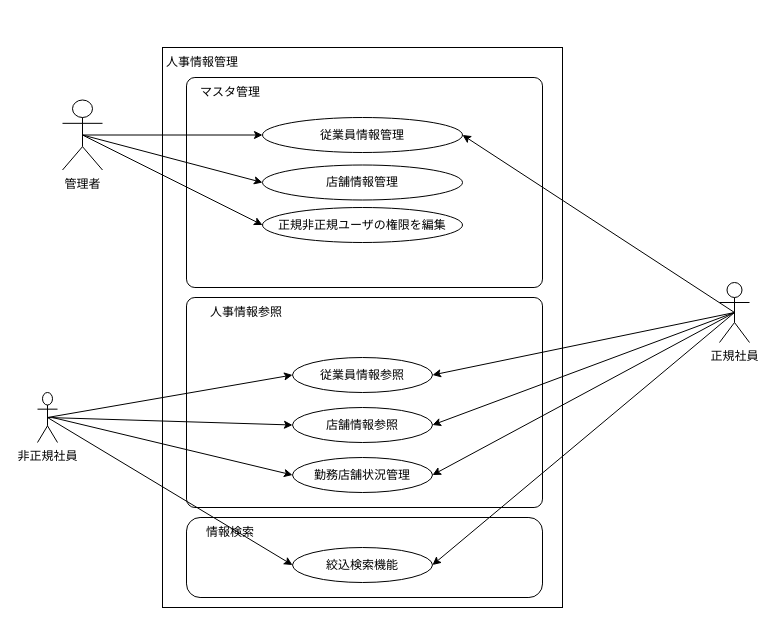
The draw.io diagram page "人事管理_ユースケース図" (1 of 2) of ユースケース図.drawio in HaruShim/Sotuken, before the edit. Source tidied: cells renumbered, new cells numbered last; positions are measured from the earlier drawing's top-left corner, leaving out a move shared by most shapes. Both pictures are drawn from the tidied source at 100%, with x=0, y=0 at pixel (37, 47).
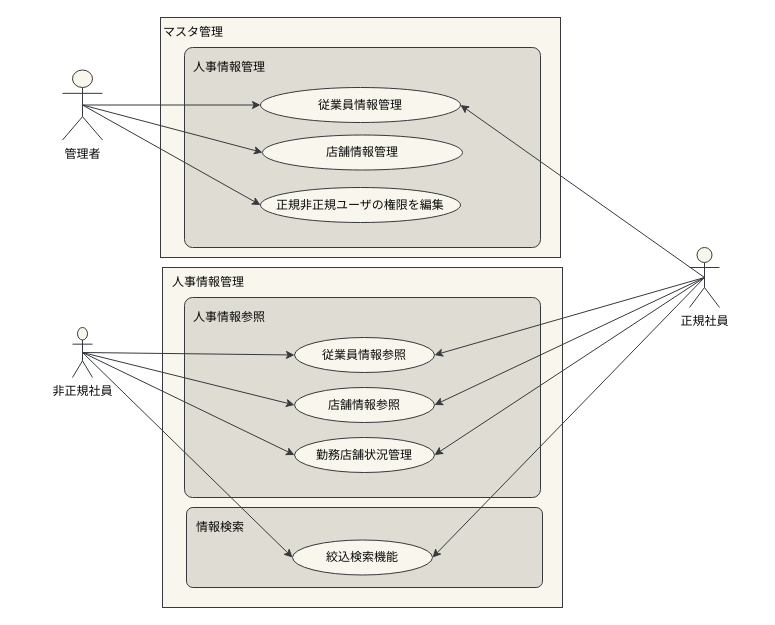
The same page after the edit.

The edit, as a diff of the source:
```diff
@@
-<mxGraphModel>
+<mxGraphModel background="#ffffff">
@@
+    <mxCell id="32" style="rounded=0;whiteSpace=wrap;html=1;strokeColor=#36393d;fillColor=#f9f7ed;fontColor=#080808;" parent="1" vertex="1">
+      <mxGeometry x="123" y="-30" width="400" height="240" as="geometry" />
+    </mxCell>
-    <mxCell id="2" value="正規社員" style="shape=umlActor;verticalLabelPosition=bottom;verticalAlign=top;html=1;outlineConnect=0;" parent="1" vertex="1">
-      <mxGeometry x="682" y="235" width="30" height="60" as="geometry" />
+    <mxCell id="2" value="正規社員" style="shape=umlActor;verticalLabelPosition=bottom;verticalAlign=top;html=1;outlineConnect=0;strokeColor=#36393d;fillColor=#f9f7ed;fontColor=#080808;" parent="1" vertex="1">
+      <mxGeometry x="652" y="200" width="30" height="60" as="geometry" />
     </mxCell>
-    <mxCell id="3" style="rounded=0;whiteSpace=wrap;html=1;" parent="1" vertex="1">
-      <mxGeometry x="125" width="400" height="560" as="geometry" />
+    <mxCell id="3" style="rounded=0;whiteSpace=wrap;html=1;strokeColor=#36393d;fillColor=#f9f7ed;fontColor=#080808;" parent="1" vertex="1">
+      <mxGeometry x="125" y="220" width="400" height="340" as="geometry" />
     </mxCell>
-    <mxCell id="4" style="rounded=1;whiteSpace=wrap;html=1;arcSize=4;" parent="1" vertex="1">
-      <mxGeometry x="149" y="250" width="356" height="210" as="geometry" />
+    <mxCell id="4" style="rounded=1;whiteSpace=wrap;html=1;arcSize=4;strokeColor=#36393d;fillColor=#DEDCD3;fontColor=#080808;" parent="1" vertex="1">
+      <mxGeometry x="147" y="250" width="356" height="200" as="geometry" />
     </mxCell>
-    <mxCell id="5" value="管理者" style="shape=umlActor;verticalLabelPosition=bottom;verticalAlign=top;html=1;outlineConnect=0;" parent="1" vertex="1">
-      <mxGeometry x="25" y="52.5" width="40" height="70" as="geometry" />
+    <mxCell id="5" value="管理者" style="shape=umlActor;verticalLabelPosition=bottom;verticalAlign=top;html=1;outlineConnect=0;strokeColor=#36393d;fillColor=#f9f7ed;fontColor=#080808;" parent="1" vertex="1">
+      <mxGeometry x="25" y="22.5" width="40" height="70" as="geometry" />
     </mxCell>
-    <mxCell id="6" value="従業員情報参照" style="ellipse;whiteSpace=wrap;html=1;" parent="1" vertex="1">
-      <mxGeometry x="255" y="310" width="140" height="35" as="geometry" />
+    <mxCell id="6" value="従業員情報参照" style="ellipse;whiteSpace=wrap;html=1;strokeColor=#36393d;fillColor=#f9f7ed;fontColor=#080808;" parent="1" vertex="1">
+      <mxGeometry x="257" y="290" width="140" height="35" as="geometry" />
     </mxCell>
-    <mxCell id="7" value="非正規社員" style="shape=umlActor;verticalLabelPosition=bottom;verticalAlign=top;html=1;outlineConnect=0;" parent="1" vertex="1">
-      <mxGeometry y="345" width="20" height="50" as="geometry" />
+    <mxCell id="7" value="非正規社員" style="shape=umlActor;verticalLabelPosition=bottom;verticalAlign=top;html=1;outlineConnect=0;strokeColor=#36393d;fillColor=#f9f7ed;fontColor=#080808;" parent="1" vertex="1">
+      <mxGeometry x="35" y="280" width="20" height="50" as="geometry" />
     </mxCell>
-    <mxCell id="8" value="店舗情報参照" style="ellipse;whiteSpace=wrap;html=1;" parent="1" vertex="1">
-      <mxGeometry x="255" y="360" width="140" height="35" as="geometry" />
+    <mxCell id="8" value="店舗情報参照" style="ellipse;whiteSpace=wrap;html=1;strokeColor=#36393d;fillColor=#f9f7ed;fontColor=#080808;" parent="1" vertex="1">
+      <mxGeometry x="257" y="340" width="140" height="35" as="geometry" />
     </mxCell>
-    <mxCell id="9" style="rounded=1;whiteSpace=wrap;html=1;arcSize=4;" parent="1" vertex="1">
-      <mxGeometry x="149" y="30" width="356" height="210" as="geometry" />
+    <mxCell id="9" style="rounded=1;whiteSpace=wrap;html=1;arcSize=4;strokeColor=#36393d;fillColor=#DEDCD3;fontColor=#080808;" parent="1" vertex="1">
+      <mxGeometry x="147" width="356" height="200" as="geometry" />
     </mxCell>
-    <mxCell id="10" value="人事情報管理" style="text;html=1;strokeColor=none;fillColor=none;align=center;verticalAlign=middle;whiteSpace=wrap;rounded=0;" parent="1" vertex="1">
-      <mxGeometry x="115" width="100" height="30" as="geometry" />
+    <mxCell id="10" value="人事情報管理" style="text;html=1;strokeColor=none;fillColor=#f9f7ed;align=center;verticalAlign=middle;whiteSpace=wrap;rounded=0;fontColor=#080808;" parent="1" vertex="1">
+      <mxGeometry x="131" y="225" width="80" height="20" as="geometry" />
     </mxCell>
-    <mxCell id="11" value="マスタ管理" style="text;html=1;strokeColor=none;fillColor=none;align=center;verticalAlign=middle;whiteSpace=wrap;rounded=0;" parent="1" vertex="1">
-      <mxGeometry x="135" y="30" width="116" height="30" as="geometry" />
+    <mxCell id="11" value="マスタ管理" style="text;html=1;strokeColor=none;fillColor=none;align=center;verticalAlign=middle;whiteSpace=wrap;rounded=0;fontColor=#080808;" parent="1" vertex="1">
+      <mxGeometry x="123" y="-30" width="66" height="30" as="geometry" />
     </mxCell>
-    <mxCell id="12" value="人事情報参照" style="text;html=1;strokeColor=none;fillColor=none;align=center;verticalAlign=middle;whiteSpace=wrap;rounded=0;" parent="1" vertex="1">
-      <mxGeometry x="149" y="250" width="120" height="30" as="geometry" />
+    <mxCell id="12" value="人事情報参照" style="text;html=1;strokeColor=none;fillColor=none;align=center;verticalAlign=middle;whiteSpace=wrap;rounded=0;fontColor=#080808;" parent="1" vertex="1">
+      <mxGeometry x="155" y="260" width="74" height="20" as="geometry" />
     </mxCell>
-    <mxCell id="13" value="従業員情報管理" style="ellipse;whiteSpace=wrap;html=1;" parent="1" vertex="1">
-      <mxGeometry x="225" y="70" width="200" height="35" as="geometry" />
+    <mxCell id="13" value="従業員情報管理" style="ellipse;whiteSpace=wrap;html=1;strokeColor=#36393d;fillColor=#f9f7ed;fontColor=#080808;" parent="1" vertex="1">
+      <mxGeometry x="223" y="40" width="200" height="35" as="geometry" />
     </mxCell>
-    <mxCell id="14" value="店舗情報管理" style="ellipse;whiteSpace=wrap;html=1;" parent="1" vertex="1">
-      <mxGeometry x="225" y="117.5" width="200" height="35" as="geometry" />
+    <mxCell id="14" value="店舗情報管理" style="ellipse;whiteSpace=wrap;html=1;strokeColor=#36393d;fillColor=#f9f7ed;fontColor=#080808;" parent="1" vertex="1">
+      <mxGeometry x="225" y="87.5" width="200" height="35" as="geometry" />
     </mxCell>
-    <mxCell id="15" value="正規非正規ユーザの権限を編集" style="ellipse;whiteSpace=wrap;html=1;" parent="1" vertex="1">
-      <mxGeometry x="225" y="160" width="200" height="35" as="geometry" />
+    <mxCell id="15" value="正規非正規ユーザの権限を編集" style="ellipse;whiteSpace=wrap;html=1;strokeColor=#36393d;fillColor=#f9f7ed;fontColor=#080808;" parent="1" vertex="1">
+      <mxGeometry x="223" y="140" width="200" height="35" as="geometry" />
     </mxCell>
-    <mxCell id="16" style="endArrow=classic;html=1;rounded=0;exitX=0.5;exitY=0.5;exitDx=0;exitDy=0;exitPerimeter=0;entryX=0;entryY=0.5;entryDx=0;entryDy=0;" parent="1" edge="1" source="7" target="6">
+    <mxCell id="16" style="endArrow=classic;html=1;rounded=0;exitX=0.5;exitY=0.5;exitDx=0;exitDy=0;exitPerimeter=0;entryX=0;entryY=0.5;entryDx=0;entryDy=0;strokeColor=#36393d;fillColor=#f9f7ed;fontColor=#080808;" parent="1" edge="1" source="7" target="6">
       <mxGeometry relative="1" as="geometry" />
     </mxCell>
-    <mxCell id="17" style="endArrow=classic;html=1;rounded=0;exitX=0.5;exitY=0.5;exitDx=0;exitDy=0;exitPerimeter=0;entryX=0;entryY=0.5;entryDx=0;entryDy=0;" parent="1" edge="1" source="7" target="8">
+    <mxCell id="17" style="endArrow=classic;html=1;rounded=0;exitX=0.5;exitY=0.5;exitDx=0;exitDy=0;exitPerimeter=0;entryX=0;entryY=0.5;entryDx=0;entryDy=0;strokeColor=#36393d;fillColor=#f9f7ed;fontColor=#080808;" parent="1" edge="1" source="7" target="8">
       <mxGeometry relative="1" as="geometry" />
     </mxCell>
-    <mxCell id="18" style="endArrow=classic;html=1;rounded=0;exitX=0.5;exitY=0.5;exitDx=0;exitDy=0;exitPerimeter=0;entryX=1;entryY=0.5;entryDx=0;entryDy=0;" parent="1" edge="1" source="2" target="6">
+    <mxCell id="18" style="endArrow=classic;html=1;rounded=0;exitX=0.5;exitY=0.5;exitDx=0;exitDy=0;exitPerimeter=0;entryX=1;entryY=0.5;entryDx=0;entryDy=0;strokeColor=#36393d;fillColor=#f9f7ed;fontColor=#080808;" parent="1" edge="1" source="2" target="6">
       <mxGeometry relative="1" as="geometry" />
     </mxCell>
-    <mxCell id="19" style="endArrow=classic;html=1;rounded=0;entryX=1;entryY=0.5;entryDx=0;entryDy=0;exitX=0.5;exitY=0.5;exitDx=0;exitDy=0;exitPerimeter=0;" parent="1" edge="1" source="2" target="8">
+    <mxCell id="19" style="endArrow=classic;html=1;rounded=0;entryX=1;entryY=0.5;entryDx=0;entryDy=0;exitX=0.5;exitY=0.5;exitDx=0;exitDy=0;exitPerimeter=0;strokeColor=#36393d;fillColor=#f9f7ed;fontColor=#080808;" parent="1" edge="1" source="2" target="8">
       <mxGeometry relative="1" as="geometry" />
     </mxCell>
-    <mxCell id="20" value="勤務店舗状況管理" style="ellipse;whiteSpace=wrap;html=1;" parent="1" vertex="1">
-      <mxGeometry x="255" y="410" width="140" height="35" as="geometry" />
+    <mxCell id="20" value="勤務店舗状況管理" style="ellipse;whiteSpace=wrap;html=1;strokeColor=#36393d;fillColor=#f9f7ed;fontColor=#080808;" parent="1" vertex="1">
+      <mxGeometry x="257" y="390" width="140" height="35" as="geometry" />
     </mxCell>
-    <mxCell id="21" style="endArrow=classic;html=1;rounded=0;exitX=0.5;exitY=0.5;exitDx=0;exitDy=0;exitPerimeter=0;entryX=0;entryY=0.5;entryDx=0;entryDy=0;" parent="1" edge="1" source="5" target="13">
+    <mxCell id="21" style="endArrow=classic;html=1;rounded=0;exitX=0.5;exitY=0.5;exitDx=0;exitDy=0;exitPerimeter=0;entryX=0;entryY=0.5;entryDx=0;entryDy=0;strokeColor=#36393d;fillColor=#f9f7ed;fontColor=#080808;" parent="1" edge="1" source="5" target="13">
       <mxGeometry relative="1" as="geometry" />
     </mxCell>
-    <mxCell id="22" style="endArrow=classic;html=1;rounded=0;exitX=0.5;exitY=0.5;exitDx=0;exitDy=0;exitPerimeter=0;entryX=0;entryY=0.5;entryDx=0;entryDy=0;" parent="1" edge="1" source="5" target="14">
+    <mxCell id="22" style="endArrow=classic;html=1;rounded=0;exitX=0.5;exitY=0.5;exitDx=0;exitDy=0;exitPerimeter=0;entryX=0;entryY=0.5;entryDx=0;entryDy=0;strokeColor=#36393d;fillColor=#f9f7ed;fontColor=#080808;" parent="1" edge="1" source="5" target="14">
       <mxGeometry relative="1" as="geometry" />
     </mxCell>
-    <mxCell id="23" style="endArrow=classic;html=1;rounded=0;exitX=0.5;exitY=0.5;exitDx=0;exitDy=0;exitPerimeter=0;entryX=0;entryY=0.5;entryDx=0;entryDy=0;" parent="1" edge="1" source="5" target="15">
+    <mxCell id="23" style="endArrow=classic;html=1;rounded=0;exitX=0.5;exitY=0.5;exitDx=0;exitDy=0;exitPerimeter=0;entryX=0;entryY=0.5;entryDx=0;entryDy=0;strokeColor=#36393d;fillColor=#f9f7ed;fontColor=#080808;" parent="1" edge="1" source="5" target="15">
       <mxGeometry relative="1" as="geometry" />
     </mxCell>
-    <mxCell id="24" style="rounded=1;whiteSpace=wrap;html=1;arcSize=17;" parent="1" vertex="1">
-      <mxGeometry x="149" y="470" width="356" height="80" as="geometry" />
+    <mxCell id="24" style="rounded=1;whiteSpace=wrap;html=1;arcSize=8;strokeColor=#36393d;fillColor=#DEDCD3;fontColor=#080808;" parent="1" vertex="1">
+      <mxGeometry x="149" y="460" width="356" height="80" as="geometry" />
     </mxCell>
-    <mxCell id="25" value="情報検索" style="text;html=1;strokeColor=none;fillColor=none;align=center;verticalAlign=middle;whiteSpace=wrap;rounded=0;" parent="1" vertex="1">
-      <mxGeometry x="135" y="470" width="116" height="30" as="geometry" />
+    <mxCell id="25" value="情報検索" style="text;html=1;strokeColor=none;fillColor=none;align=center;verticalAlign=middle;whiteSpace=wrap;rounded=0;fontColor=#080808;" parent="1" vertex="1">
+      <mxGeometry x="155" y="470" width="56" height="20" as="geometry" />
     </mxCell>
-    <mxCell id="26" value="絞込検索機能" style="ellipse;whiteSpace=wrap;html=1;" parent="1" vertex="1">
-      <mxGeometry x="255" y="500" width="140" height="35" as="geometry" />
+    <mxCell id="26" value="絞込検索機能" style="ellipse;whiteSpace=wrap;html=1;strokeColor=#36393d;fillColor=#f9f7ed;fontColor=#080808;" parent="1" vertex="1">
+      <mxGeometry x="255" y="492.5" width="140" height="35" as="geometry" />
     </mxCell>
-    <mxCell id="27" style="endArrow=classic;html=1;rounded=0;exitX=0.5;exitY=0.5;exitDx=0;exitDy=0;exitPerimeter=0;entryX=1;entryY=0.5;entryDx=0;entryDy=0;" parent="1" edge="1" source="2" target="26">
+    <mxCell id="27" style="endArrow=classic;html=1;rounded=0;exitX=0.5;exitY=0.5;exitDx=0;exitDy=0;exitPerimeter=0;entryX=1;entryY=0.5;entryDx=0;entryDy=0;strokeColor=#36393d;fillColor=#f9f7ed;fontColor=#080808;" parent="1" edge="1" source="2" target="26">
       <mxGeometry relative="1" as="geometry" />
     </mxCell>
-    <mxCell id="28" style="endArrow=classic;html=1;rounded=0;exitX=0.5;exitY=0.5;exitDx=0;exitDy=0;exitPerimeter=0;entryX=0;entryY=0.5;entryDx=0;entryDy=0;" parent="1" edge="1" source="7" target="26">
+    <mxCell id="28" style="endArrow=classic;html=1;rounded=0;exitX=0.5;exitY=0.5;exitDx=0;exitDy=0;exitPerimeter=0;entryX=0;entryY=0.5;entryDx=0;entryDy=0;strokeColor=#36393d;fillColor=#f9f7ed;fontColor=#080808;" parent="1" edge="1" source="7" target="26">
       <mxGeometry relative="1" as="geometry" />
     </mxCell>
-    <mxCell id="29" style="endArrow=classic;html=1;rounded=0;entryX=0;entryY=0.5;entryDx=0;entryDy=0;" parent="1" edge="1" target="20">
-      <mxGeometry relative="1" as="geometry">
-        <mxPoint x="15" y="370" as="sourcePoint" />
-      </mxGeometry>
+    <mxCell id="29" style="endArrow=classic;html=1;rounded=0;entryX=0;entryY=0.5;entryDx=0;entryDy=0;strokeColor=#36393d;fillColor=#f9f7ed;fontColor=#080808;exitX=0.5;exitY=0.5;exitDx=0;exitDy=0;exitPerimeter=0;" parent="1" edge="1" source="7" target="20">
+      <mxGeometry relative="1" as="geometry" />
     </mxCell>
-    <mxCell id="30" style="endArrow=classic;html=1;rounded=0;exitX=0.5;exitY=0.5;exitDx=0;exitDy=0;exitPerimeter=0;entryX=1;entryY=0.5;entryDx=0;entryDy=0;" parent="1" edge="1" source="2" target="13">
+    <mxCell id="30" style="endArrow=classic;html=1;rounded=0;exitX=0.5;exitY=0.5;exitDx=0;exitDy=0;exitPerimeter=0;entryX=1;entryY=0.5;entryDx=0;entryDy=0;strokeColor=#36393d;fillColor=#f9f7ed;fontColor=#080808;" parent="1" edge="1" source="2" target="13">
       <mxGeometry relative="1" as="geometry" />
     </mxCell>
-    <mxCell id="31" style="endArrow=classic;html=1;rounded=0;entryX=1;entryY=0.5;entryDx=0;entryDy=0;exitX=0.5;exitY=0.5;exitDx=0;exitDy=0;exitPerimeter=0;" parent="1" edge="1" source="2" target="20">
+    <mxCell id="31" style="endArrow=classic;html=1;rounded=0;entryX=1;entryY=0.5;entryDx=0;entryDy=0;exitX=0.5;exitY=0.5;exitDx=0;exitDy=0;exitPerimeter=0;strokeColor=#36393d;fillColor=#f9f7ed;fontColor=#080808;" parent="1" edge="1" source="2" target="20">
       <mxGeometry relative="1" as="geometry" />
     </mxCell>
+    <mxCell id="33" value="人事情報管理" style="text;html=1;strokeColor=none;fillColor=none;align=center;verticalAlign=middle;whiteSpace=wrap;rounded=0;fontColor=#080808;" parent="1" vertex="1">
+      <mxGeometry x="152" y="10" width="80" height="20" as="geometry" />
+    </mxCell>
```
